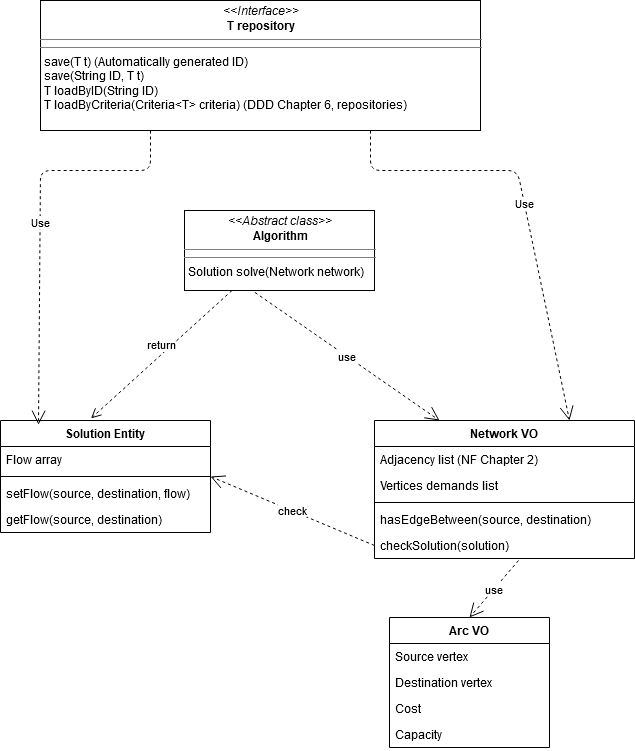
This is src/optim/flow/domain/Domain.png from Rynhho/FlotM1, a draw.io export, as it was before one commit. Source tidied: cells renumbered, new cells last; positions are measured from the earlier drawing's top-left corner, leaving out a move shared by most shapes.
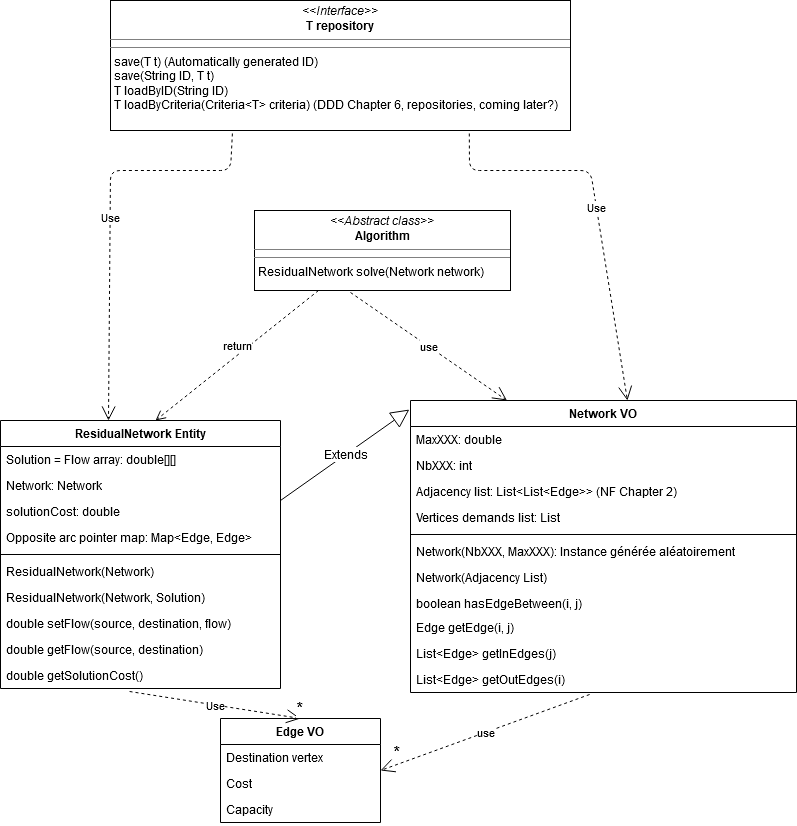
After the commit.

The edit, as a diff of the source:
```diff
@@ -3,85 +3,90 @@
     <mxCell id="0" />
     <mxCell id="1" parent="0" />
     <mxCell id="2" value="Network VO" style="swimlane;fontStyle=1;align=center;verticalAlign=top;horizontal=1;startSize=26;" parent="1" vertex="1">
-      <mxGeometry x="374" y="420" width="260" height="138" as="geometry" />
+      <mxGeometry x="340" y="400" width="386" height="292" as="geometry" />
     </mxCell>
+    <mxCell id="28" value="MaxXXX: double" style="text;strokeColor=none;fillColor=none;align=left;verticalAlign=top;spacingLeft=4;spacingRight=4;overflow=hidden;" parent="2" vertex="1">
+      <mxGeometry y="26" width="386" height="26" as="geometry" />
+    </mxCell>
+    <mxCell id="29" value="NbXXX: int" style="text;strokeColor=none;fillColor=none;align=left;verticalAlign=top;spacingLeft=4;spacingRight=4;overflow=hidden;" parent="2" vertex="1">
+      <mxGeometry y="52" width="386" height="26" as="geometry" />
+    </mxCell>
-    <mxCell id="3" value="Adjacency list (NF Chapter 2)" style="text;strokeColor=none;fillColor=none;align=left;verticalAlign=top;spacingLeft=4;spacingRight=4;overflow=hidden;" parent="2" vertex="1">
-      <mxGeometry y="26" width="260" height="26" as="geometry" />
+    <mxCell id="3" value="Adjacency list: List&lt;List&lt;Edge&gt;&gt; (NF Chapter 2)" style="text;strokeColor=none;fillColor=none;align=left;verticalAlign=top;spacingLeft=4;spacingRight=4;overflow=hidden;" parent="2" vertex="1">
+      <mxGeometry y="78" width="386" height="26" as="geometry" />
     </mxCell>
-    <mxCell id="4" value="Vertices demands list" style="text;strokeColor=none;fillColor=none;align=left;verticalAlign=top;spacingLeft=4;spacingRight=4;overflow=hidden;" parent="2" vertex="1">
-      <mxGeometry y="52" width="260" height="26" as="geometry" />
+    <mxCell id="4" value="Vertices demands list: List" style="text;strokeColor=none;fillColor=none;align=left;verticalAlign=top;spacingLeft=4;spacingRight=4;overflow=hidden;" parent="2" vertex="1">
+      <mxGeometry y="104" width="386" height="26" as="geometry" />
     </mxCell>
     <mxCell id="5" style="line;strokeWidth=1;fillColor=none;align=left;verticalAlign=middle;spacingTop=-1;spacingLeft=3;spacingRight=3;labelPosition=right;" parent="2" vertex="1">
-      <mxGeometry y="78" width="260" height="8" as="geometry" />
+      <mxGeometry y="130" width="386" height="8" as="geometry" />
     </mxCell>
-    <mxCell id="6" value="hasEdgeBetween(source, destination)" style="text;strokeColor=none;fillColor=none;align=left;verticalAlign=top;spacingLeft=4;spacingRight=4;overflow=hidden;" parent="2" vertex="1">
-      <mxGeometry y="86" width="260" height="26" as="geometry" />
-    </mxCell>
-    <mxCell id="7" value="checkSolution(solution)" style="text;strokeColor=none;fillColor=none;align=left;verticalAlign=top;spacingLeft=4;spacingRight=4;overflow=hidden;points=[[0,0.5],[1,0.5]];portConstraint=eastwest;" parent="2" vertex="1">
-      <mxGeometry y="112" width="260" height="26" as="geometry" />
-    </mxCell>
+    <mxCell id="30" value="Network(NbXXX, MaxXXX): Instance générée aléatoirement" style="text;strokeColor=none;fillColor=none;align=left;verticalAlign=top;spacingLeft=4;spacingRight=4;overflow=hidden;" parent="2" vertex="1">
+      <mxGeometry y="138" width="386" height="26" as="geometry" />
+    </mxCell>
+    <mxCell id="31" value="Network(Adjacency List)" style="text;strokeColor=none;fillColor=none;align=left;verticalAlign=top;spacingLeft=4;spacingRight=4;overflow=hidden;" parent="2" vertex="1">
+      <mxGeometry y="164" width="386" height="26" as="geometry" />
+    </mxCell>
+    <mxCell id="32" value="boolean hasEdgeBetween(i, j)" style="text;strokeColor=none;fillColor=none;align=left;verticalAlign=top;spacingLeft=4;spacingRight=4;overflow=hidden;" parent="2" vertex="1">
+      <mxGeometry y="190" width="386" height="24" as="geometry" />
+    </mxCell>
+    <mxCell id="33" value="Edge getEdge(i, j)&#10;" style="text;strokeColor=none;fillColor=none;align=left;verticalAlign=top;spacingLeft=4;spacingRight=4;overflow=hidden;" parent="2" vertex="1">
+      <mxGeometry y="214" width="386" height="26" as="geometry" />
+    </mxCell>
+    <mxCell id="34" value="List&lt;Edge&gt; getInEdges(j)" style="text;strokeColor=none;fillColor=none;align=left;verticalAlign=top;spacingLeft=4;spacingRight=4;overflow=hidden;" parent="2" vertex="1">
+      <mxGeometry y="240" width="386" height="26" as="geometry" />
+    </mxCell>
+    <mxCell id="35" value="List&lt;Edge&gt; getOutEdges(i)" style="text;strokeColor=none;fillColor=none;align=left;verticalAlign=top;spacingLeft=4;spacingRight=4;overflow=hidden;points=[[0,0.5],[1,0.5]];portConstraint=eastwest;" parent="2" vertex="1">
+      <mxGeometry y="266" width="386" height="26" as="geometry" />
+    </mxCell>
-    <mxCell id="8" value="Arc VO" style="swimlane;fontStyle=1;align=center;verticalAlign=top;horizontal=1;startSize=26;" parent="1" vertex="1">
-      <mxGeometry x="389" y="617" width="160" height="130" as="geometry" />
+    <mxCell id="8" value="Edge VO" style="swimlane;fontStyle=1;align=center;verticalAlign=top;horizontal=1;startSize=26;" parent="1" vertex="1">
+      <mxGeometry x="150" y="718" width="160" height="104" as="geometry" />
     </mxCell>
-    <mxCell id="9" value="Source vertex" style="text;strokeColor=none;fillColor=none;align=left;verticalAlign=top;spacingLeft=4;spacingRight=4;overflow=hidden;" parent="8" vertex="1">
-      <mxGeometry y="26" width="160" height="26" as="geometry" />
-    </mxCell>
     <mxCell id="10" value="Destination vertex" style="text;strokeColor=none;fillColor=none;align=left;verticalAlign=top;spacingLeft=4;spacingRight=4;overflow=hidden;" parent="8" vertex="1">
-      <mxGeometry y="52" width="160" height="26" as="geometry" />
+      <mxGeometry y="26" width="160" height="26" as="geometry" />
     </mxCell>
     <mxCell id="11" value="Cost" style="text;strokeColor=none;fillColor=none;align=left;verticalAlign=top;spacingLeft=4;spacingRight=4;overflow=hidden;" parent="8" vertex="1">
-      <mxGeometry y="78" width="160" height="26" as="geometry" />
+      <mxGeometry y="52" width="160" height="26" as="geometry" />
     </mxCell>
     <mxCell id="12" value="Capacity" style="text;strokeColor=none;fillColor=none;align=left;verticalAlign=top;spacingLeft=4;spacingRight=4;overflow=hidden;" parent="8" vertex="1">
-      <mxGeometry y="104" width="160" height="26" as="geometry" />
+      <mxGeometry y="78" width="160" height="26" as="geometry" />
     </mxCell>
-    <mxCell id="13" value="&lt;div&gt;use&lt;/div&gt;" style="endArrow=open;endSize=12;dashed=1;html=1;exitX=0.554;exitY=1.077;exitDx=0;exitDy=0;exitPerimeter=0;entryX=0.5;entryY=0;entryDx=0;entryDy=0;" parent="1" edge="1" source="7" target="8">
+    <mxCell id="13" value="&lt;div&gt;use&lt;/div&gt;" style="endArrow=open;endSize=12;dashed=1;html=1;entryX=1;entryY=0.5;entryDx=0;entryDy=0;exitX=0.464;exitY=1.077;exitDx=0;exitDy=0;exitPerimeter=0;" parent="1" edge="1" source="35" target="8">
       <mxGeometry relative="1" as="geometry" />
     </mxCell>
+    <mxCell id="36" value="*" style="edgeLabel;html=1;align=center;verticalAlign=middle;fontSize=16;" parent="13" vertex="1">
+      <mxGeometry x="0.78" y="4" relative="1" as="geometry">
+        <mxPoint x="-8.6" y="-14.1" as="offset" />
+      </mxGeometry>
+    </mxCell>
-    <mxCell id="14" value="&lt;p style=&quot;margin: 0px ; margin-top: 4px ; text-align: center&quot;&gt;&lt;i&gt;&amp;lt;&amp;lt;Abstract class&amp;gt;&amp;gt;&lt;/i&gt;&lt;br&gt;&lt;b&gt;Algorithm&lt;/b&gt;&lt;/p&gt;&lt;hr size=&quot;1&quot;&gt;&lt;hr size=&quot;1&quot;&gt;&lt;p style=&quot;margin: 0px ; margin-left: 4px&quot;&gt;Solution solve(Network network)&lt;br&gt;&lt;/p&gt;" style="verticalAlign=top;align=left;overflow=fill;fontSize=12;fontFamily=Helvetica;html=1;" parent="1" vertex="1">
-      <mxGeometry x="184" y="210" width="190" height="80" as="geometry" />
+    <mxCell id="14" value="&lt;p style=&quot;margin: 0px ; margin-top: 4px ; text-align: center&quot;&gt;&lt;i&gt;&amp;lt;&amp;lt;Abstract class&amp;gt;&amp;gt;&lt;/i&gt;&lt;br&gt;&lt;b&gt;Algorithm&lt;/b&gt;&lt;/p&gt;&lt;hr size=&quot;1&quot;&gt;&lt;hr size=&quot;1&quot;&gt;&lt;p style=&quot;margin: 0px ; margin-left: 4px&quot;&gt;ResidualNetwork solve(Network network)&lt;br&gt;&lt;/p&gt;" style="verticalAlign=top;align=left;overflow=fill;fontSize=12;fontFamily=Helvetica;html=1;" parent="1" vertex="1">
+      <mxGeometry x="184" y="210" width="256" height="80" as="geometry" />
     </mxCell>
-    <mxCell id="15" value="&lt;div&gt;use&lt;/div&gt;" style="endArrow=open;endSize=12;dashed=1;html=1;exitX=0.5;exitY=1.154;exitDx=0;exitDy=0;exitPerimeter=0;entryX=0.25;entryY=0;entryDx=0;entryDy=0;" parent="1" edge="1" target="2">
+    <mxCell id="15" value="&lt;div&gt;use&lt;/div&gt;" style="endArrow=open;endSize=12;dashed=1;html=1;entryX=0.25;entryY=0;entryDx=0;entryDy=0;" parent="1" edge="1" target="2">
       <mxGeometry relative="1" as="geometry">
-        <mxPoint x="254.5" y="292" as="sourcePoint" />
+        <mxPoint x="280" y="292" as="sourcePoint" />
       </mxGeometry>
     </mxCell>
-    <mxCell id="16" value="&lt;p style=&quot;margin: 0px ; margin-top: 4px ; text-align: center&quot;&gt;&lt;i&gt;&amp;lt;&amp;lt;Interface&amp;gt;&amp;gt;&lt;/i&gt;&lt;br&gt;&lt;b&gt;T repository&lt;/b&gt;&lt;/p&gt;&lt;hr size=&quot;1&quot;&gt;&lt;hr size=&quot;1&quot;&gt;&lt;p style=&quot;margin: 0px ; margin-left: 4px&quot;&gt;save(T t) (Automatically generated ID)&lt;br&gt;&lt;/p&gt;&lt;p style=&quot;margin: 0px ; margin-left: 4px&quot;&gt;save(String ID, T t)&lt;br&gt;&lt;/p&gt;&lt;p style=&quot;margin: 0px ; margin-left: 4px&quot;&gt;T loadByID(String ID)&lt;/p&gt;&lt;p style=&quot;margin: 0px ; margin-left: 4px&quot;&gt;T loadByCriteria(Criteria&amp;lt;T&amp;gt; criteria) (DDD Chapter 6, repositories)&lt;br&gt;&lt;/p&gt;" style="verticalAlign=top;align=left;overflow=fill;fontSize=12;fontFamily=Helvetica;html=1;" parent="1" vertex="1">
-      <mxGeometry x="40" width="440" height="130" as="geometry" />
+    <mxCell id="16" value="&lt;p style=&quot;margin: 0px ; margin-top: 4px ; text-align: center&quot;&gt;&lt;i&gt;&amp;lt;&amp;lt;Interface&amp;gt;&amp;gt;&lt;/i&gt;&lt;br&gt;&lt;b&gt;T repository&lt;/b&gt;&lt;/p&gt;&lt;hr size=&quot;1&quot;&gt;&lt;hr size=&quot;1&quot;&gt;&lt;p style=&quot;margin: 0px ; margin-left: 4px&quot;&gt;save(T t) (Automatically generated ID)&lt;br&gt;&lt;/p&gt;&lt;p style=&quot;margin: 0px ; margin-left: 4px&quot;&gt;save(String ID, T t)&lt;br&gt;&lt;/p&gt;&lt;p style=&quot;margin: 0px ; margin-left: 4px&quot;&gt;T loadByID(String ID)&lt;/p&gt;&lt;p style=&quot;margin: 0px ; margin-left: 4px&quot;&gt;T loadByCriteria(Criteria&amp;lt;T&amp;gt; criteria) (DDD Chapter 6, repositories, coming later?)&lt;br&gt;&lt;/p&gt;" style="verticalAlign=top;align=left;overflow=fill;fontSize=12;fontFamily=Helvetica;html=1;" parent="1" vertex="1">
+      <mxGeometry x="40" width="460" height="130" as="geometry" />
     </mxCell>
-    <mxCell id="17" value="Use" style="endArrow=open;endSize=12;dashed=1;html=1;exitX=0.75;exitY=1;exitDx=0;exitDy=0;entryX=0.75;entryY=0;entryDx=0;entryDy=0;" parent="1" edge="1" source="16" target="2">
+    <mxCell id="17" value="Use" style="endArrow=open;endSize=12;dashed=1;html=1;exitX=0.78;exitY=1.023;exitDx=0;exitDy=0;entryX=0.562;entryY=0;entryDx=0;entryDy=0;exitPerimeter=0;entryPerimeter=0;" parent="1" edge="1" source="16" target="2">
       <mxGeometry relative="1" as="geometry">
         <Array as="points">
-          <mxPoint x="370" y="170" />
-          <mxPoint x="517" y="170" />
+          <mxPoint x="399" y="170" />
+          <mxPoint x="520" y="170" />
         </Array>
       </mxGeometry>
     </mxCell>
-    <mxCell id="18" value="Solution Entity" style="swimlane;fontStyle=1;align=center;verticalAlign=top;horizontal=1;startSize=26;" parent="1" vertex="1">
-      <mxGeometry y="420" width="210" height="112" as="geometry" />
-    </mxCell>
-    <mxCell id="19" value="Flow array" style="text;strokeColor=none;fillColor=none;align=left;verticalAlign=top;spacingLeft=4;spacingRight=4;overflow=hidden;" parent="18" vertex="1">
-      <mxGeometry y="26" width="210" height="26" as="geometry" />
-    </mxCell>
-    <mxCell id="20" style="line;strokeWidth=1;fillColor=none;align=left;verticalAlign=middle;spacingTop=-1;spacingLeft=3;spacingRight=3;labelPosition=right;" parent="18" vertex="1">
-      <mxGeometry y="52" width="210" height="8" as="geometry" />
-    </mxCell>
-    <mxCell id="21" value="setFlow(source, destination, flow)" style="text;strokeColor=none;fillColor=none;align=left;verticalAlign=top;spacingLeft=4;spacingRight=4;overflow=hidden;" parent="18" vertex="1">
-      <mxGeometry y="60" width="210" height="26" as="geometry" />
-    </mxCell>
-    <mxCell id="22" value="getFlow(source, destination)" style="text;strokeColor=none;fillColor=none;align=left;verticalAlign=top;spacingLeft=4;spacingRight=4;overflow=hidden;" parent="18" vertex="1">
-      <mxGeometry y="86" width="210" height="26" as="geometry" />
-    </mxCell>
-    <mxCell id="23" value="&lt;div&gt;check&lt;/div&gt;" style="endArrow=open;endSize=12;dashed=1;html=1;exitX=0;exitY=0.5;exitDx=0;exitDy=0;entryX=1;entryY=0.5;entryDx=0;entryDy=0;" parent="1" edge="1" source="7" target="18">
-      <mxGeometry relative="1" as="geometry" />
-    </mxCell>
-    <mxCell id="24" value="return" style="html=1;verticalAlign=bottom;endArrow=open;dashed=1;endSize=8;exitX=0.25;exitY=1;exitDx=0;exitDy=0;entryX=0.431;entryY=-0.019;entryDx=0;entryDy=0;entryPerimeter=0;" parent="1" edge="1" source="14" target="18">
-      <mxGeometry relative="1" as="geometry" />
+    <mxCell id="24" value="return" style="html=1;verticalAlign=bottom;endArrow=open;dashed=1;endSize=8;exitX=0.25;exitY=1;exitDx=0;exitDy=0;entryX=0.5;entryY=0;entryDx=0;entryDy=0;" parent="1" edge="1" source="14">
+      <mxGeometry relative="1" as="geometry">
+        <mxPoint x="85" y="420" as="targetPoint" />
+      </mxGeometry>
     </mxCell>
-    <mxCell id="25" value="Use" style="endArrow=open;endSize=12;dashed=1;html=1;exitX=0.25;exitY=1;exitDx=0;exitDy=0;entryX=0.181;entryY=0.038;entryDx=0;entryDy=0;entryPerimeter=0;" parent="1" edge="1" source="16" target="18">
+    <mxCell id="25" value="Use" style="endArrow=open;endSize=12;dashed=1;html=1;exitX=0.265;exitY=1.023;exitDx=0;exitDy=0;exitPerimeter=0;" parent="1" edge="1" source="16">
       <mxGeometry relative="1" as="geometry">
+        <mxPoint x="38" y="420" as="targetPoint" />
         <Array as="points">
-          <mxPoint x="150" y="170" />
+          <mxPoint x="160" y="170" />
           <mxPoint x="40" y="170" />
         </Array>
       </mxGeometry>
@@ -92,5 +97,51 @@
     <mxCell id="27" style="text;strokeColor=none;fillColor=none;align=left;verticalAlign=middle;spacingTop=-1;spacingLeft=4;spacingRight=4;labelPosition=right;" parent="1" vertex="1">
       <mxGeometry x="360" y="550" width="20" height="14" as="geometry" />
     </mxCell>
+    <mxCell id="37" value="Use" style="endArrow=open;endSize=12;dashed=1;html=1;entryX=0.5;entryY=0;entryDx=0;entryDy=0;exitX=0.461;exitY=1.115;exitDx=0;exitDy=0;exitPerimeter=0;" parent="1" edge="1" source="49" target="8">
+      <mxGeometry relative="1" as="geometry" />
+    </mxCell>
+    <mxCell id="38" value="*" style="edgeLabel;html=1;align=center;verticalAlign=middle;fontSize=16;" parent="37" vertex="1">
+      <mxGeometry x="0.85" y="-3" relative="1" as="geometry">
+        <mxPoint x="11.8" y="-11.2" as="offset" />
+      </mxGeometry>
+    </mxCell>
+    <mxCell id="39" value="ResidualNetwork Entity" style="swimlane;fontStyle=1;align=center;verticalAlign=top;horizontal=1;startSize=26;fontSize=12;" parent="1" vertex="1">
+      <mxGeometry x="-70" y="420" width="280" height="268" as="geometry" />
+    </mxCell>
+    <mxCell id="40" value="Solution = Flow array: double[][]" style="text;strokeColor=none;fillColor=none;align=left;verticalAlign=top;spacingLeft=4;spacingRight=4;overflow=hidden;" parent="39" vertex="1">
+      <mxGeometry y="26" width="280" height="26" as="geometry" />
+    </mxCell>
+    <mxCell id="41" value="Network: Network" style="text;strokeColor=none;fillColor=none;align=left;verticalAlign=top;spacingLeft=4;spacingRight=4;overflow=hidden;fontSize=12;" parent="39" vertex="1">
+      <mxGeometry y="52" width="280" height="26" as="geometry" />
+    </mxCell>
+    <mxCell id="42" value="solutionCost: double" style="text;strokeColor=none;fillColor=none;align=left;verticalAlign=top;spacingLeft=4;spacingRight=4;overflow=hidden;fontSize=12;" parent="39" vertex="1">
+      <mxGeometry y="78" width="280" height="26" as="geometry" />
+    </mxCell>
+    <mxCell id="43" value="Opposite arc pointer map: Map&lt;Edge, Edge&gt;" style="text;strokeColor=none;fillColor=none;align=left;verticalAlign=top;spacingLeft=4;spacingRight=4;overflow=hidden;" parent="39" vertex="1">
+      <mxGeometry y="104" width="280" height="26" as="geometry" />
+    </mxCell>
+    <mxCell id="44" style="line;strokeWidth=1;fillColor=none;align=left;verticalAlign=middle;spacingTop=-1;spacingLeft=3;spacingRight=3;labelPosition=right;" parent="39" vertex="1">
+      <mxGeometry y="130" width="280" height="8" as="geometry" />
+    </mxCell>
+    <mxCell id="45" value="ResidualNetwork(Network)" style="text;strokeColor=none;fillColor=none;align=left;verticalAlign=top;spacingLeft=4;spacingRight=4;overflow=hidden;fontSize=12;" parent="39" vertex="1">
+      <mxGeometry y="138" width="280" height="26" as="geometry" />
+    </mxCell>
+    <mxCell id="46" value="ResidualNetwork(Network, Solution)" style="text;strokeColor=none;fillColor=none;align=left;verticalAlign=top;spacingLeft=4;spacingRight=4;overflow=hidden;fontSize=12;" parent="39" vertex="1">
+      <mxGeometry y="164" width="280" height="26" as="geometry" />
+    </mxCell>
+    <mxCell id="47" value="double setFlow(source, destination, flow)" style="text;strokeColor=none;fillColor=none;align=left;verticalAlign=top;spacingLeft=4;spacingRight=4;overflow=hidden;" parent="39" vertex="1">
+      <mxGeometry y="190" width="280" height="26" as="geometry" />
+    </mxCell>
+    <mxCell id="48" value="double getFlow(source, destination)" style="text;strokeColor=none;fillColor=none;align=left;verticalAlign=top;spacingLeft=4;spacingRight=4;overflow=hidden;fontSize=12;" parent="39" vertex="1">
+      <mxGeometry y="216" width="280" height="26" as="geometry" />
+    </mxCell>
+    <mxCell id="49" value="double getSolutionCost()" style="text;strokeColor=none;fillColor=none;align=left;verticalAlign=top;spacingLeft=4;spacingRight=4;overflow=hidden;points=[[0,0.5],[1,0.5]];portConstraint=eastwest;" parent="39" vertex="1">
+      <mxGeometry y="242" width="280" height="26" as="geometry" />
+    </mxCell>
+    <mxCell id="50" value="Extends" style="endArrow=block;endSize=16;endFill=0;html=1;fontSize=12;entryX=-0.003;entryY=0.031;entryDx=0;entryDy=0;entryPerimeter=0;" parent="1" edge="1" target="2">
+      <mxGeometry relative="1" as="geometry">
+        <mxPoint x="210" y="500" as="sourcePoint" />
+      </mxGeometry>
+    </mxCell>
   </root>
 </mxGraphModel>
```
